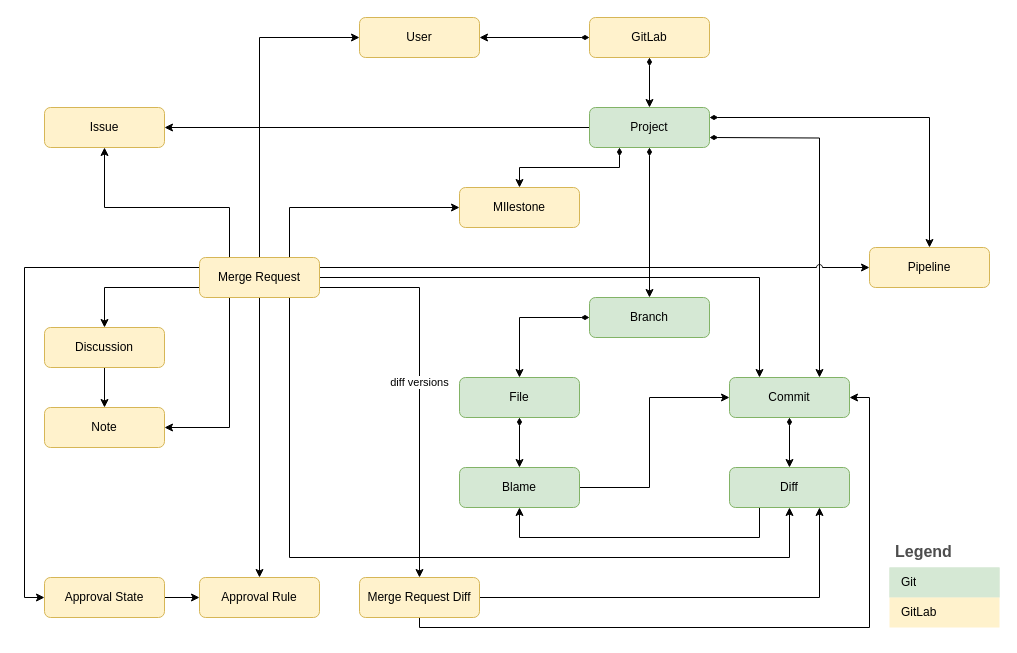
Earlier version of the draw.io diagram page "Model" (1 of 2) of diagram.drawio (Nasdanika-Demos/merge-request). Source tidied: cells renumbered, new cells numbered last; positions are measured from the earlier drawing's top-left corner, leaving out a move shared by most shapes. Both pictures are drawn from the tidied source at 100%, with x=0, y=0 at pixel (44, 17).
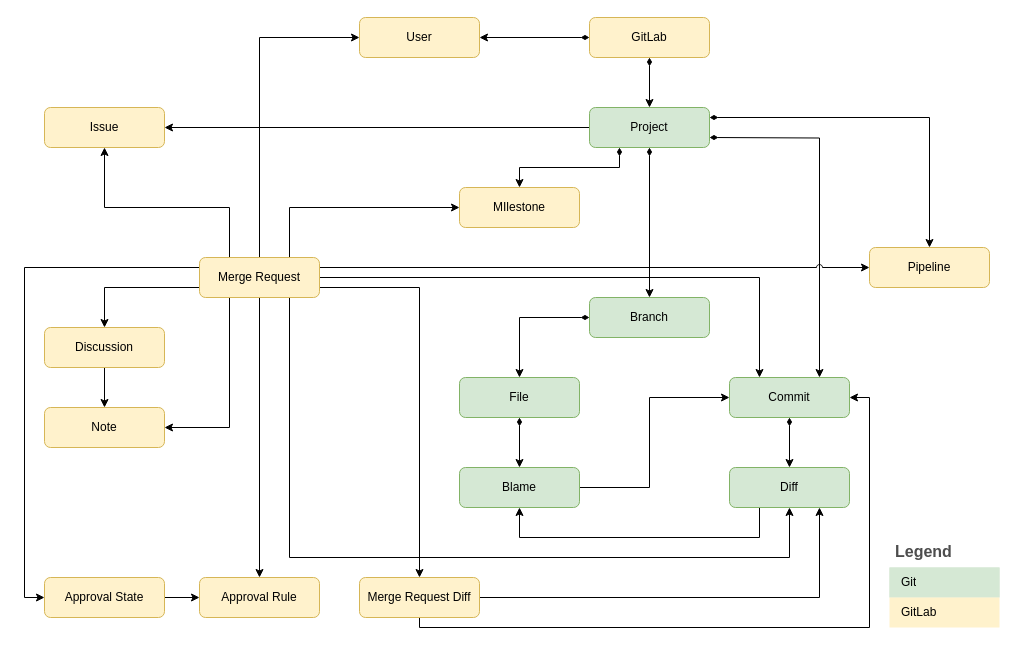
After the change.

Commit message:
Diagram refinement

Unchanged cells that the change refers to:
```xml
<mxCell id="19" value="Merge Request" style="rounded=1;whiteSpace=wrap;html=1;fillColor=#fff2cc;strokeColor=#d6b656;" parent="1" vertex="1">
  <mxGeometry x="155" y="240" width="120" height="40" as="geometry" />
</mxCell>
<mxCell id="44" value="Merge Request Diff" style="rounded=1;whiteSpace=wrap;html=1;fillColor=#fff2cc;strokeColor=#d6b656;" parent="1" vertex="1">
  <mxGeometry x="315" y="560" width="120" height="40" as="geometry" />
</mxCell>
```

Change to the diagram source:
```diff
@@
-    <mxCell id="15" value="diff versions" style="edgeStyle=orthogonalEdgeStyle;rounded=0;jettySize=auto;html=1;exitX=1;exitY=0.75;exitDx=0;exitDy=0;" parent="1" edge="1" source="19" target="44">
+    <mxCell id="15" style="edgeStyle=orthogonalEdgeStyle;rounded=0;jettySize=auto;html=1;exitX=1;exitY=0.75;exitDx=0;exitDy=0;" parent="1" edge="1" source="19" target="44">
       <mxGeometry relative="1" as="geometry" />
     </mxCell>
```
